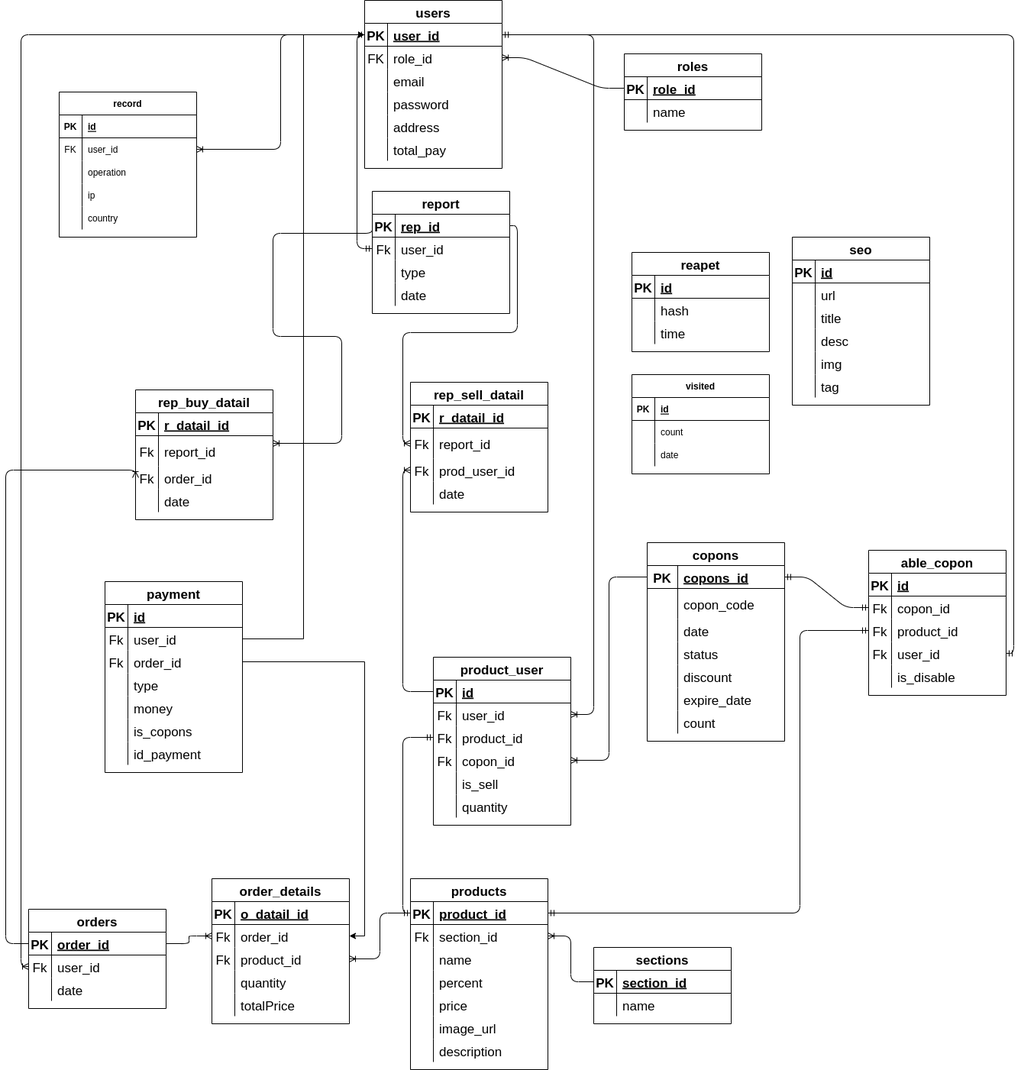
Earlier version of the draw.io export ecommerce.png (fadel-hasan/e-commerce). Source tidied: cells renumbered, new cells last; positions are measured from the earlier drawing's top-left corner, leaving out a move shared by most shapes.
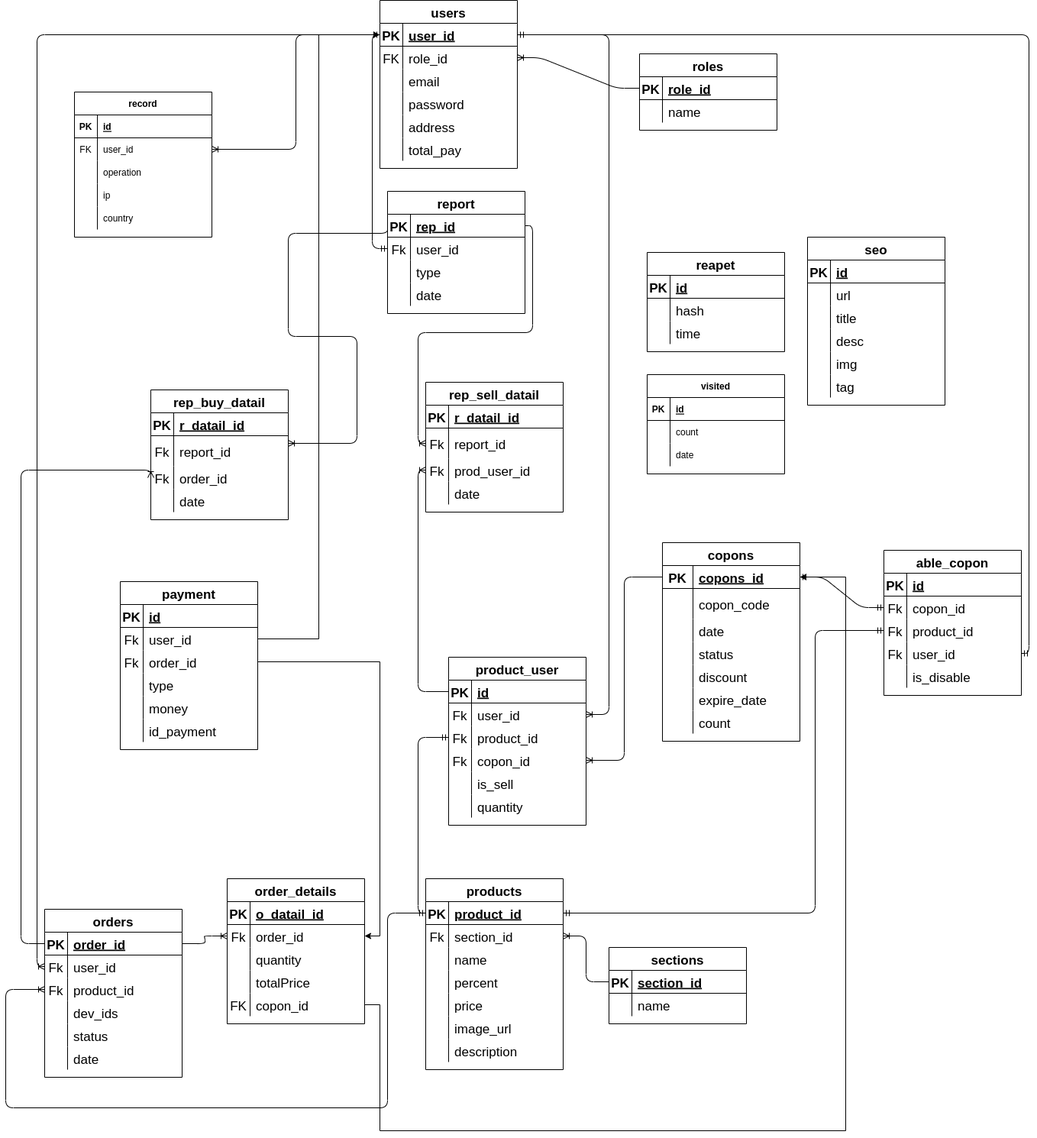
After the change.

What changed in the source:
```diff
@@ -171,7 +171,7 @@
       <mxGeometry relative="1" as="geometry" />
     </mxCell>
     <mxCell id="58" value="orders" style="shape=table;startSize=30;rowLines=0;fontStyle=1;align=center;fontSize=17;strokeWidth=1;" parent="1" vertex="1">
-      <mxGeometry x="30" y="1190" width="180" height="130" as="geometry" />
+      <mxGeometry x="31" y="1190" width="180" height="220" as="geometry" />
     </mxCell>
     <mxCell id="59" style="shape=partialRectangle;fillColor=none;top=0;left=0;bottom=1;right=0;points=[[0,0.5],[1,0.5]];portConstraint=eastwest;fontSize=17;strokeWidth=1;" parent="58" vertex="1">
       <mxGeometry y="30" width="180" height="30" as="geometry" />
@@ -191,8 +191,35 @@
     <mxCell id="64" value="user_id" style="shape=partialRectangle;fillColor=none;top=0;left=0;bottom=0;right=0;align=left;spacingLeft=6;overflow=hidden;fontSize=17;strokeWidth=1;" parent="62" vertex="1">
       <mxGeometry x="30" width="150" height="30" as="geometry" />
     </mxCell>
+    <mxCell id="111" style="shape=partialRectangle;fillColor=none;top=0;left=0;bottom=0;right=0;points=[[0,0.5],[1,0.5]];portConstraint=eastwest;fontSize=17;strokeWidth=1;" parent="58" vertex="1">
+      <mxGeometry y="90" width="180" height="30" as="geometry" />
+    </mxCell>
+    <mxCell id="112" value="Fk" style="shape=partialRectangle;fillColor=none;top=0;left=0;bottom=0;right=0;overflow=hidden;fontSize=17;strokeWidth=1;" parent="111" vertex="1">
+      <mxGeometry width="30" height="30" as="geometry" />
+    </mxCell>
+    <mxCell id="113" value="product_id" style="shape=partialRectangle;fillColor=none;top=0;left=0;bottom=0;right=0;align=left;spacingLeft=6;overflow=hidden;fontSize=17;strokeWidth=1;" parent="111" vertex="1">
+      <mxGeometry x="30" width="150" height="30" as="geometry" />
+    </mxCell>
+    <mxCell id="275" style="shape=partialRectangle;fillColor=none;top=0;left=0;bottom=0;right=0;fontSize=17;strokeWidth=1;" parent="58" vertex="1">
+      <mxGeometry y="120" width="180" height="30" as="geometry" />
+    </mxCell>
+    <mxCell id="276" style="shape=partialRectangle;fillColor=none;top=0;left=0;bottom=0;right=0;overflow=hidden;fontSize=17;strokeWidth=1;" parent="275" vertex="1">
+      <mxGeometry width="30" height="30" as="geometry" />
+    </mxCell>
+    <mxCell id="277" value="dev_ids" style="shape=partialRectangle;fillColor=none;top=0;left=0;bottom=0;right=0;align=left;spacingLeft=6;overflow=hidden;fontSize=17;strokeWidth=1;" parent="275" vertex="1">
+      <mxGeometry x="30" width="150" height="30" as="geometry" />
+    </mxCell>
+    <mxCell id="278" style="shape=partialRectangle;fillColor=none;top=0;left=0;bottom=0;right=0;fontSize=17;strokeWidth=1;" parent="58" vertex="1">
+      <mxGeometry y="150" width="180" height="30" as="geometry" />
+    </mxCell>
+    <mxCell id="279" style="shape=partialRectangle;fillColor=none;top=0;left=0;bottom=0;right=0;overflow=hidden;fontSize=17;strokeWidth=1;" parent="278" vertex="1">
+      <mxGeometry width="30" height="30" as="geometry" />
+    </mxCell>
+    <mxCell id="280" value="status" style="shape=partialRectangle;fillColor=none;top=0;left=0;bottom=0;right=0;align=left;spacingLeft=6;overflow=hidden;fontSize=17;strokeWidth=1;" parent="278" vertex="1">
+      <mxGeometry x="30" width="150" height="30" as="geometry" />
+    </mxCell>
     <mxCell id="65" style="shape=partialRectangle;fillColor=none;top=0;left=0;bottom=0;right=0;fontSize=17;strokeWidth=1;" parent="58" vertex="1">
-      <mxGeometry y="90" width="180" height="30" as="geometry" />
+      <mxGeometry y="180" width="180" height="30" as="geometry" />
     </mxCell>
     <mxCell id="66" style="shape=partialRectangle;fillColor=none;top=0;left=0;bottom=0;right=0;overflow=hidden;fontSize=17;strokeWidth=1;" parent="65" vertex="1">
       <mxGeometry width="30" height="30" as="geometry" />
@@ -329,17 +356,8 @@
     <mxCell id="110" value="order_id" style="shape=partialRectangle;fillColor=none;top=0;left=0;bottom=0;right=0;align=left;spacingLeft=6;overflow=hidden;fontSize=17;strokeWidth=1;" parent="108" vertex="1">
       <mxGeometry x="30" width="150" height="30" as="geometry" />
     </mxCell>
-    <mxCell id="111" style="shape=partialRectangle;fillColor=none;top=0;left=0;bottom=0;right=0;points=[[0,0.5],[1,0.5]];portConstraint=eastwest;fontSize=17;strokeWidth=1;" parent="104" vertex="1">
-      <mxGeometry y="90" width="180" height="30" as="geometry" />
-    </mxCell>
-    <mxCell id="112" value="Fk" style="shape=partialRectangle;fillColor=none;top=0;left=0;bottom=0;right=0;overflow=hidden;fontSize=17;strokeWidth=1;" parent="111" vertex="1">
-      <mxGeometry width="30" height="30" as="geometry" />
-    </mxCell>
-    <mxCell id="113" value="product_id" style="shape=partialRectangle;fillColor=none;top=0;left=0;bottom=0;right=0;align=left;spacingLeft=6;overflow=hidden;fontSize=17;strokeWidth=1;" parent="111" vertex="1">
-      <mxGeometry x="30" width="150" height="30" as="geometry" />
-    </mxCell>
     <mxCell id="114" style="shape=partialRectangle;fillColor=none;top=0;left=0;bottom=0;right=0;fontSize=17;strokeWidth=1;" parent="104" vertex="1">
-      <mxGeometry y="120" width="180" height="30" as="geometry" />
+      <mxGeometry y="90" width="180" height="30" as="geometry" />
     </mxCell>
     <mxCell id="115" style="shape=partialRectangle;fillColor=none;top=0;left=0;bottom=0;right=0;overflow=hidden;fontSize=17;strokeWidth=1;" parent="114" vertex="1">
       <mxGeometry width="30" height="30" as="geometry" />
@@ -348,7 +366,7 @@
       <mxGeometry x="30" width="150" height="30" as="geometry" />
     </mxCell>
     <mxCell id="117" style="shape=partialRectangle;fillColor=none;top=0;left=0;bottom=0;right=0;fontSize=17;strokeWidth=1;" parent="104" vertex="1">
-      <mxGeometry y="150" width="180" height="30" as="geometry" />
+      <mxGeometry y="120" width="180" height="30" as="geometry" />
     </mxCell>
     <mxCell id="118" style="shape=partialRectangle;fillColor=none;top=0;left=0;bottom=0;right=0;overflow=hidden;fontSize=17;strokeWidth=1;" parent="117" vertex="1">
       <mxGeometry width="30" height="30" as="geometry" />
@@ -356,11 +374,27 @@
     <mxCell id="119" value="totalPrice" style="shape=partialRectangle;fillColor=none;top=0;left=0;bottom=0;right=0;align=left;spacingLeft=6;overflow=hidden;fontSize=17;strokeWidth=1;" parent="117" vertex="1">
       <mxGeometry x="30" width="150" height="30" as="geometry" />
     </mxCell>
+    <mxCell id="281" style="shape=partialRectangle;fillColor=none;top=0;left=0;bottom=0;right=0;points=[[0,0.5],[1,0.5]];portConstraint=eastwest;fontSize=17;strokeWidth=1;" parent="104" vertex="1">
+      <mxGeometry y="150" width="180" height="30" as="geometry" />
+    </mxCell>
+    <mxCell id="282" value="FK" style="shape=partialRectangle;fillColor=none;top=0;left=0;bottom=0;right=0;overflow=hidden;fontSize=17;strokeWidth=1;" parent="281" vertex="1">
+      <mxGeometry width="30" height="30" as="geometry" />
+    </mxCell>
+    <mxCell id="283" value="copon_id" style="shape=partialRectangle;fillColor=none;top=0;left=0;bottom=0;right=0;align=left;spacingLeft=6;overflow=hidden;fontSize=17;strokeWidth=1;" parent="281" vertex="1">
+      <mxGeometry x="30" width="150" height="30" as="geometry" />
+    </mxCell>
     <mxCell id="120" style="edgeStyle=entityRelationEdgeStyle;fontSize=17;html=1;endArrow=ERoneToMany;exitX=1;exitY=0.5;exitDx=0;exitDy=0;entryX=0;entryY=0.5;entryDx=0;entryDy=0;strokeWidth=1;" parent="1" edge="1" source="59" target="108">
       <mxGeometry relative="1" as="geometry" />
     </mxCell>
-    <mxCell id="121" style="edgeStyle=orthogonalEdgeStyle;fontSize=17;html=1;endArrow=ERoneToMany;exitX=0;exitY=0.5;exitDx=0;exitDy=0;entryX=1;entryY=0.5;entryDx=0;entryDy=0;strokeWidth=1;" parent="1" edge="1" source="29" target="111">
-      <mxGeometry relative="1" as="geometry" />
+    <mxCell id="121" style="edgeStyle=orthogonalEdgeStyle;fontSize=17;html=1;endArrow=ERoneToMany;exitX=0;exitY=0.5;exitDx=0;exitDy=0;strokeWidth=1;" parent="1" edge="1" source="29" target="111">
+      <mxGeometry relative="1" as="geometry">
+        <Array as="points">
+          <mxPoint x="480" y="1195" />
+          <mxPoint x="480" y="1450" />
+          <mxPoint x="-20" y="1450" />
+          <mxPoint x="-20" y="1295" />
+        </Array>
+      </mxGeometry>
     </mxCell>
     <mxCell id="122" value="rep_sell_datail" style="shape=table;startSize=30;rowLines=0;fontStyle=1;align=center;fontSize=17;strokeWidth=1;" parent="1" vertex="1">
       <mxGeometry x="530" y="500" width="180" height="170" as="geometry" />
@@ -767,7 +801,7 @@
       <mxGeometry relative="1" as="geometry" />
     </mxCell>
     <mxCell id="251" value="payment" style="shape=table;startSize=30;rowLines=0;fontStyle=1;align=center;fontSize=17;strokeWidth=1;" parent="1" vertex="1">
-      <mxGeometry x="130" y="761" width="180" height="250" as="geometry" />
+      <mxGeometry x="130" y="761" width="180" height="220" as="geometry" />
     </mxCell>
     <mxCell id="252" style="shape=partialRectangle;fillColor=none;top=0;left=0;bottom=1;right=0;fontSize=17;strokeWidth=1;" parent="251" vertex="1">
       <mxGeometry y="30" width="180" height="30" as="geometry" />
@@ -814,17 +848,8 @@
     <mxCell id="266" value="money" style="shape=partialRectangle;fillColor=none;top=0;left=0;bottom=0;right=0;align=left;spacingLeft=6;overflow=hidden;fontSize=17;strokeWidth=1;" parent="264" vertex="1">
       <mxGeometry x="30" width="150" height="30" as="geometry" />
     </mxCell>
-    <mxCell id="267" style="shape=partialRectangle;fillColor=none;top=0;left=0;bottom=0;right=0;fontSize=17;strokeWidth=1;" parent="251" vertex="1">
-      <mxGeometry y="180" width="180" height="30" as="geometry" />
-    </mxCell>
-    <mxCell id="268" style="shape=partialRectangle;fillColor=none;top=0;left=0;bottom=0;right=0;overflow=hidden;fontSize=17;strokeWidth=1;" parent="267" vertex="1">
-      <mxGeometry width="30" height="30" as="geometry" />
-    </mxCell>
-    <mxCell id="269" value="is_copons" style="shape=partialRectangle;fillColor=none;top=0;left=0;bottom=0;right=0;align=left;spacingLeft=6;overflow=hidden;fontSize=17;strokeWidth=1;" parent="267" vertex="1">
-      <mxGeometry x="30" width="150" height="30" as="geometry" />
-    </mxCell>
     <mxCell id="270" style="shape=partialRectangle;fillColor=none;top=0;left=0;bottom=0;right=0;fontSize=17;strokeWidth=1;" parent="251" vertex="1">
-      <mxGeometry y="210" width="180" height="30" as="geometry" />
+      <mxGeometry y="180" width="180" height="30" as="geometry" />
     </mxCell>
     <mxCell id="271" style="shape=partialRectangle;fillColor=none;top=0;left=0;bottom=0;right=0;overflow=hidden;fontSize=17;strokeWidth=1;" parent="270" vertex="1">
       <mxGeometry width="30" height="30" as="geometry" />
@@ -838,5 +863,15 @@
     <mxCell id="274" style="edgeStyle=orthogonalEdgeStyle;rounded=0;jettySize=auto;html=1;entryX=1;entryY=0.5;entryDx=0;entryDy=0;" parent="1" edge="1" source="258" target="108">
       <mxGeometry relative="1" as="geometry" />
     </mxCell>
+    <mxCell id="284" style="edgeStyle=orthogonalEdgeStyle;rounded=0;jettySize=auto;html=1;entryX=1;entryY=0.5;entryDx=0;entryDy=0;exitX=1;exitY=0.5;exitDx=0;exitDy=0;" parent="1" edge="1" source="281" target="82">
+      <mxGeometry relative="1" as="geometry">
+        <Array as="points">
+          <mxPoint x="470" y="1315" />
+          <mxPoint x="470" y="1480" />
+          <mxPoint x="1080" y="1480" />
+          <mxPoint x="1080" y="755" />
+        </Array>
+      </mxGeometry>
+    </mxCell>
   </root>
 </mxGraphModel>
```
